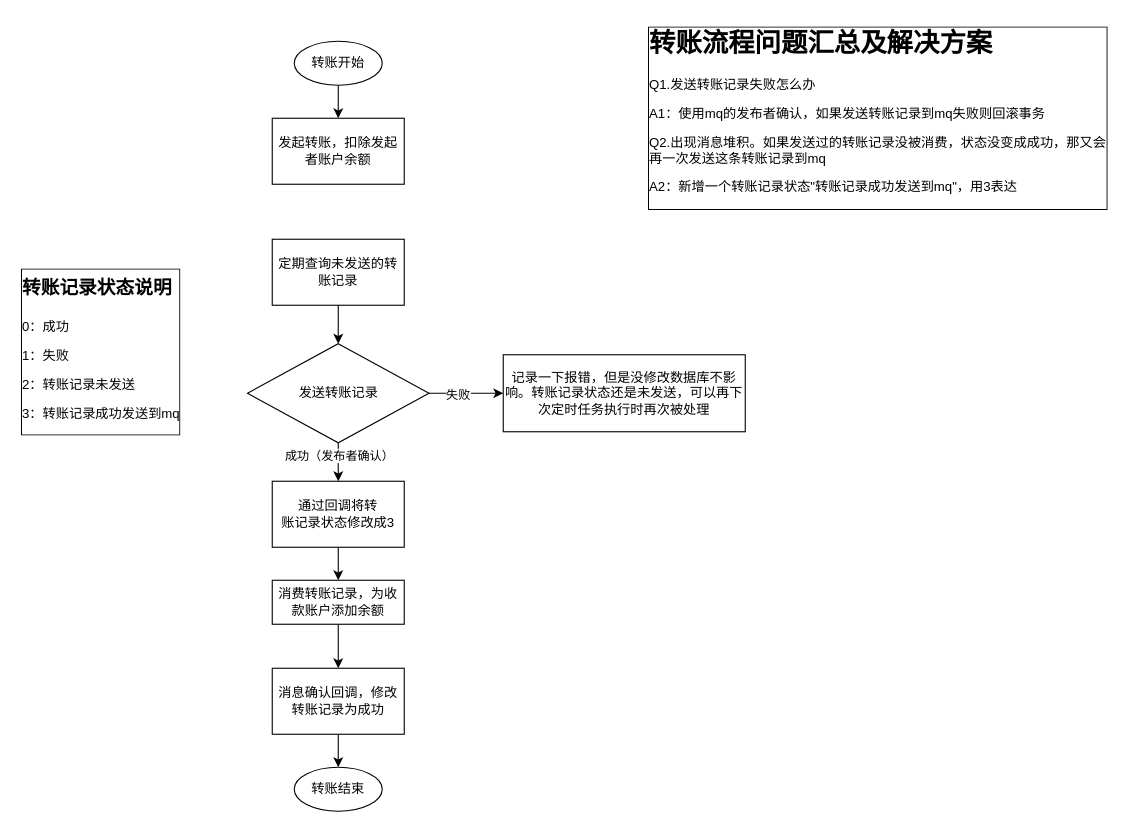
Before: transfer.drawio in liepig1223/drawio, a draw.io diagram. Source tidied: cells renumbered, new cells numbered last; positions are measured from the earlier drawing's top-left corner, leaving out a move shared by most shapes. Both pictures are drawn from the tidied source at 110%, with x=0, y=0 at pixel (19, 19).
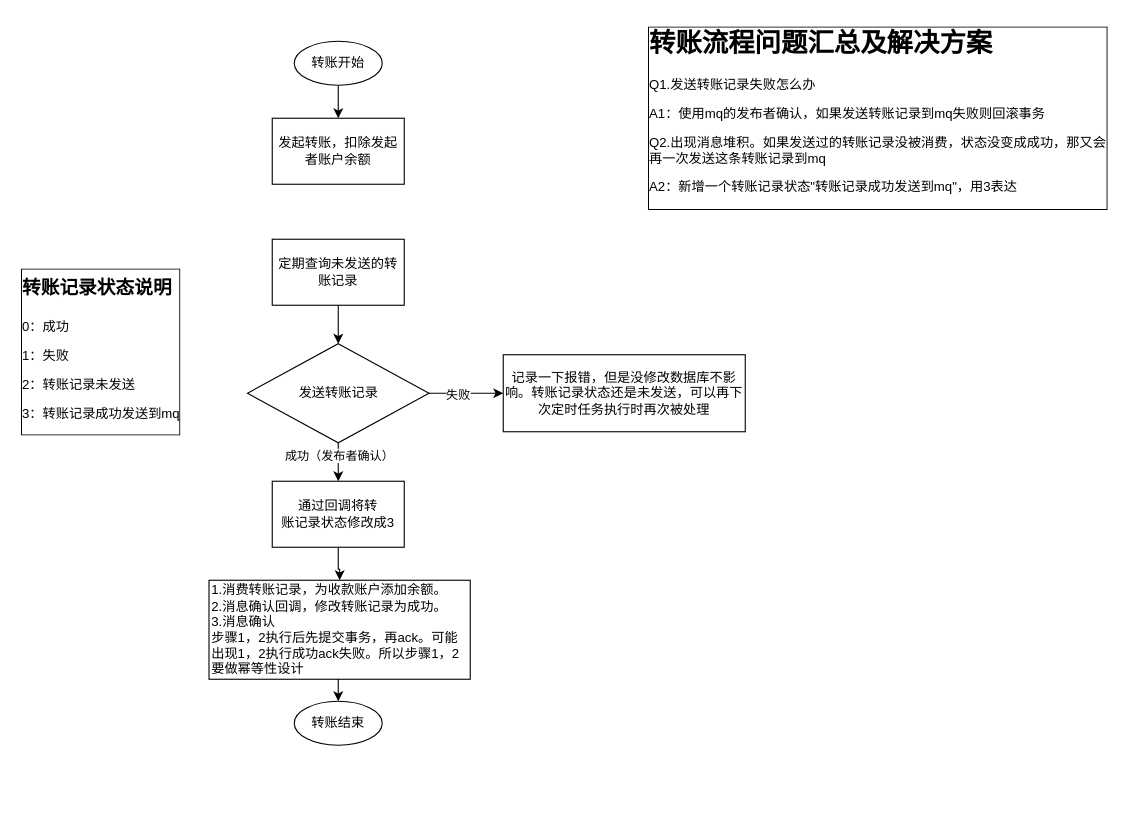
The same page after the edit.

What changed in the source:
```diff
@@
     <mxCell id="4" value="转账结束" style="ellipse;whiteSpace=wrap;html=1;" parent="1" vertex="1">
-      <mxGeometry x="250" y="680" width="80" height="40" as="geometry" />
+      <mxGeometry x="250" y="620" width="80" height="40" as="geometry" />
     </mxCell>
@@
-    <mxCell id="13" style="edgeStyle=orthogonalEdgeStyle;rounded=0;jettySize=auto;html=1;exitX=0.5;exitY=1;exitDx=0;exitDy=0;entryX=0.5;entryY=0;entryDx=0;entryDy=0;" parent="1" edge="1" source="14" target="17">
-      <mxGeometry relative="1" as="geometry" />
-    </mxCell>
+    <mxCell id="22" style="edgeStyle=orthogonalEdgeStyle;rounded=0;jettySize=auto;html=1;exitX=0.5;exitY=1;exitDx=0;exitDy=0;entryX=0.5;entryY=0;entryDx=0;entryDy=0;" parent="1" edge="1" source="14" target="4">
+      <mxGeometry relative="1" as="geometry" />
+    </mxCell>
-    <mxCell id="14" value="消费转账记录，为收款账户添加余额" style="rounded=0;whiteSpace=wrap;html=1;" parent="1" vertex="1">
-      <mxGeometry x="230" y="510" width="120" height="40" as="geometry" />
+    <mxCell id="14" value="&lt;div align=&quot;left&quot;&gt;1.消费转账记录，为收款账户添加余额。&lt;/div&gt;&lt;div align=&quot;left&quot;&gt;2.消息确认回调，修改转账记录为成功。&lt;/div&gt;&lt;div align=&quot;left&quot;&gt;3.消息确认&lt;/div&gt;&lt;div align=&quot;left&quot;&gt;步骤1，2执行后先提交事务，再ack。可能出现1，2执行成功ack失败。所以步骤1，2要做幂等性设计&lt;br&gt;&lt;/div&gt;" style="rounded=0;whiteSpace=wrap;html=1;align=left;" parent="1" vertex="1">
+      <mxGeometry x="172.5" y="510" width="237.5" height="90" as="geometry" />
     </mxCell>
@@
-    <mxCell id="16" style="edgeStyle=orthogonalEdgeStyle;rounded=0;jettySize=auto;html=1;exitX=0.5;exitY=1;exitDx=0;exitDy=0;entryX=0.5;entryY=0;entryDx=0;entryDy=0;" parent="1" edge="1" source="17" target="4">
-      <mxGeometry relative="1" as="geometry" />
-    </mxCell>
-    <mxCell id="17" value="消息确认回调，修改转账记录为成功" style="rounded=0;whiteSpace=wrap;html=1;" parent="1" vertex="1">
-      <mxGeometry x="230" y="590" width="120" height="60" as="geometry" />
-    </mxCell>
```
